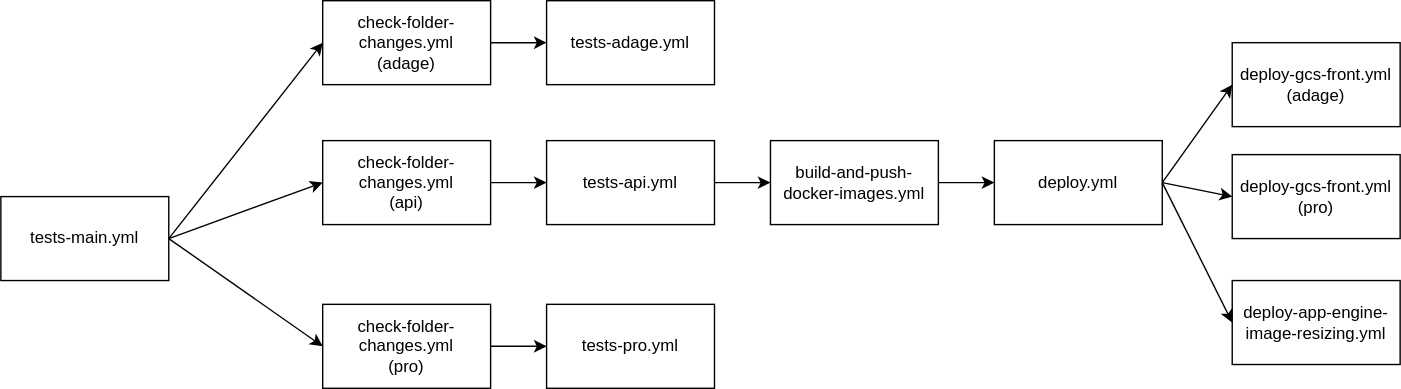
Before: .github/workflows/img/test-main.drawio.svg, a diagram exported from draw.io (pass-culture/pass-culture-main). Source tidied: cells renumbered, new cells last; positions are measured from the earlier drawing's top-left corner, leaving out a move shared by most shapes.
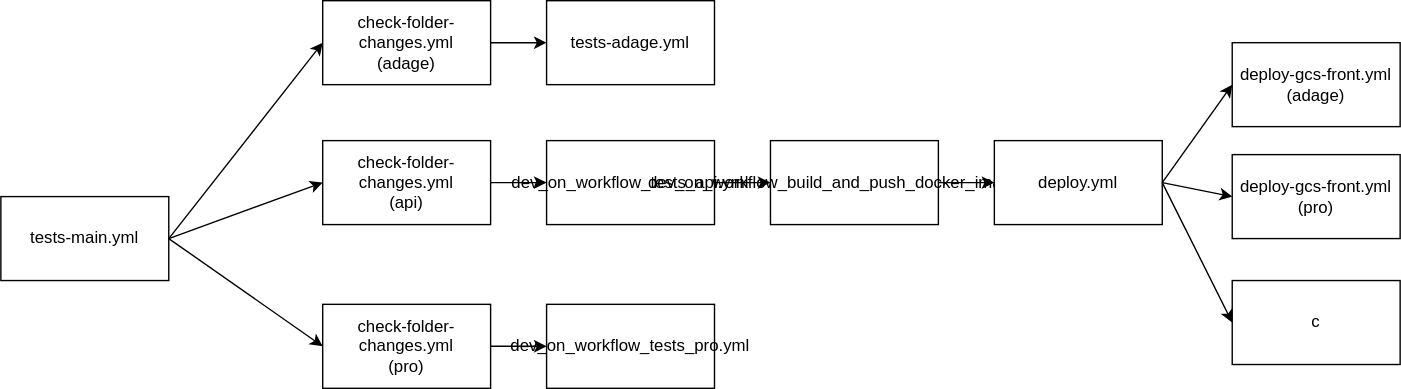
After the commit.

The edit, as a diff of the source:
```diff
@@ -17,13 +17,13 @@
     <mxCell id="6" value="tests-adage.yml" style="whiteSpace=wrap;html=1;" parent="1" vertex="1">
       <mxGeometry x="390" width="120" height="60" as="geometry" />
     </mxCell>
-    <mxCell id="7" value="tests-api.yml" style="whiteSpace=wrap;html=1;" parent="1" vertex="1">
+    <mxCell id="7" value="dev_on_workflow_tests_api.yml" style="whiteSpace=wrap;html=1;" parent="1" vertex="1">
       <mxGeometry x="390" y="100" width="120" height="60" as="geometry" />
     </mxCell>
-    <mxCell id="8" value="tests-pro.yml" style="whiteSpace=wrap;html=1;" parent="1" vertex="1">
+    <mxCell id="8" value="dev_on_workflow_tests_pro.yml" style="whiteSpace=wrap;html=1;" parent="1" vertex="1">
       <mxGeometry x="390" y="217" width="120" height="60" as="geometry" />
     </mxCell>
-    <mxCell id="9" value="build-and-push-docker-images.yml" style="whiteSpace=wrap;html=1;" parent="1" vertex="1">
+    <mxCell id="9" value="dev_on_workflow_build_and_push_docker_images.yml" style="whiteSpace=wrap;html=1;" parent="1" vertex="1">
       <mxGeometry x="550" y="100" width="120" height="60" as="geometry" />
     </mxCell>
     <mxCell id="10" value="deploy.yml" style="whiteSpace=wrap;html=1;" parent="1" vertex="1">
@@ -35,7 +35,7 @@
     <mxCell id="12" value="deploy-gcs-front.yml&lt;br&gt;&lt;div&gt;(pro)&lt;/div&gt;" style="whiteSpace=wrap;html=1;" parent="1" vertex="1">
       <mxGeometry x="880" y="110" width="120" height="60" as="geometry" />
     </mxCell>
-    <mxCell id="13" value="deploy-app-engine-image-resizing.yml" style="whiteSpace=wrap;html=1;" parent="1" vertex="1">
+    <mxCell id="13" value="deploy-app-engine-image-resizing.yaml" style="whiteSpace=wrap;html=1;" parent="1" vertex="1">
       <mxGeometry x="880" y="200" width="120" height="60" as="geometry" />
     </mxCell>
     <mxCell id="14" style="endArrow=classic;html=1;rounded=0;exitX=1;exitY=0.5;exitDx=0;exitDy=0;entryX=0;entryY=0.5;entryDx=0;entryDy=0;" parent="1" edge="1" source="2" target="3">
```
